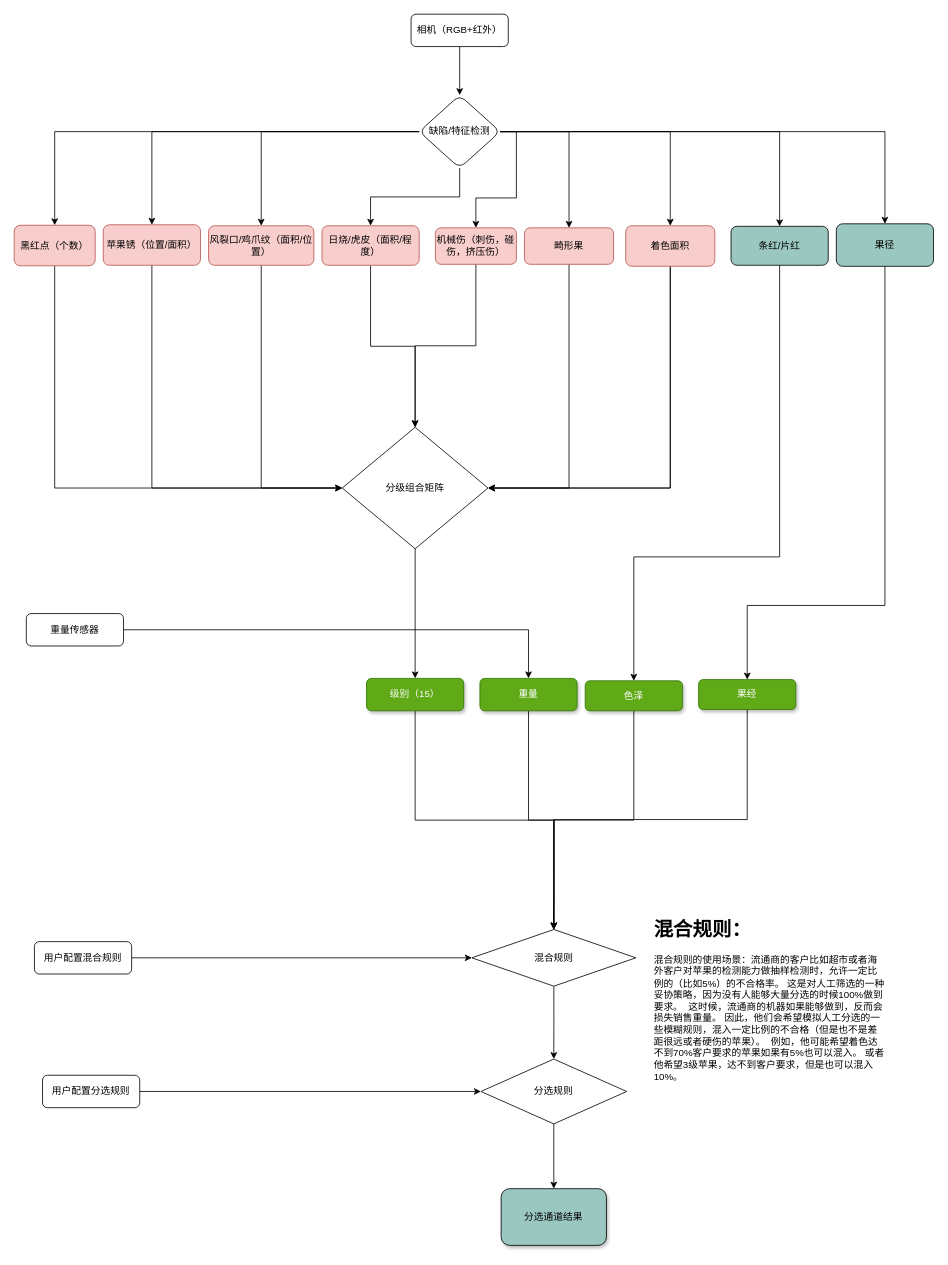
The draw.io diagram 识别逻辑.drawio in JoySort/uml, before the edit. Source tidied: cells renumbered, new cells numbered last; positions are measured from the earlier drawing's top-left corner, leaving out a move shared by most shapes. Both pictures are drawn from the tidied source at 81%, with x=0, y=0 at pixel (14, 14).
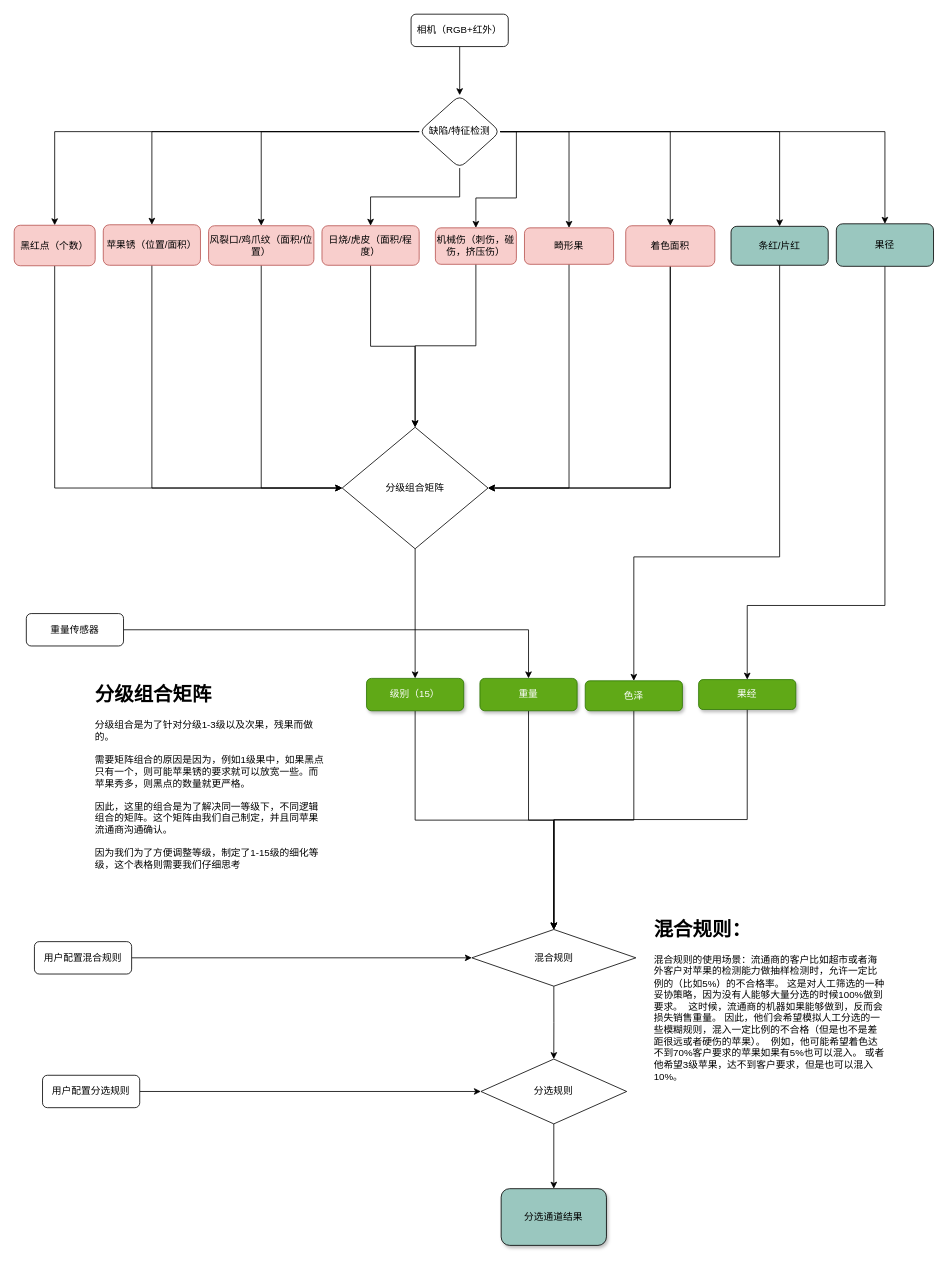
The same diagram, later.

Commit message:
增加解释说明

Diff of the diagram source:
```diff
@@
+    <mxCell id="55" value="&lt;h1&gt;分级组合矩阵&lt;/h1&gt;&lt;div&gt;分级组合是为了针对分级1-3级以及次果，残果而做的。&lt;/div&gt;&lt;div&gt;&lt;br&gt;&lt;/div&gt;&lt;div&gt;需要矩阵组合的原因是因为，例如1级果中，如果黑点只有一个，则可能苹果锈的要求就可以放宽一些。而苹果秀多，则黑点的数量就更严格。&lt;/div&gt;&lt;div&gt;&lt;br&gt;&lt;/div&gt;&lt;div&gt;因此，这里的组合是为了解决同一等级下，不同逻辑组合的矩阵。这个矩阵由我们自己制定，并且同苹果流通商沟通确认。&lt;/div&gt;&lt;div&gt;&lt;br&gt;&lt;/div&gt;&lt;div&gt;因为我们为了方便调整等级，制定了1-15级的细化等级，这个表格则需要我们仔细思考&lt;/div&gt;" style="text;html=1;strokeColor=none;fillColor=none;spacing=5;spacingTop=-20;whiteSpace=wrap;overflow=hidden;rounded=0;shadow=1;glass=0;sketch=0;" parent="1" vertex="1">
+      <mxGeometry x="95" y="820" width="293.8" height="310" as="geometry" />
+    </mxCell>
```
